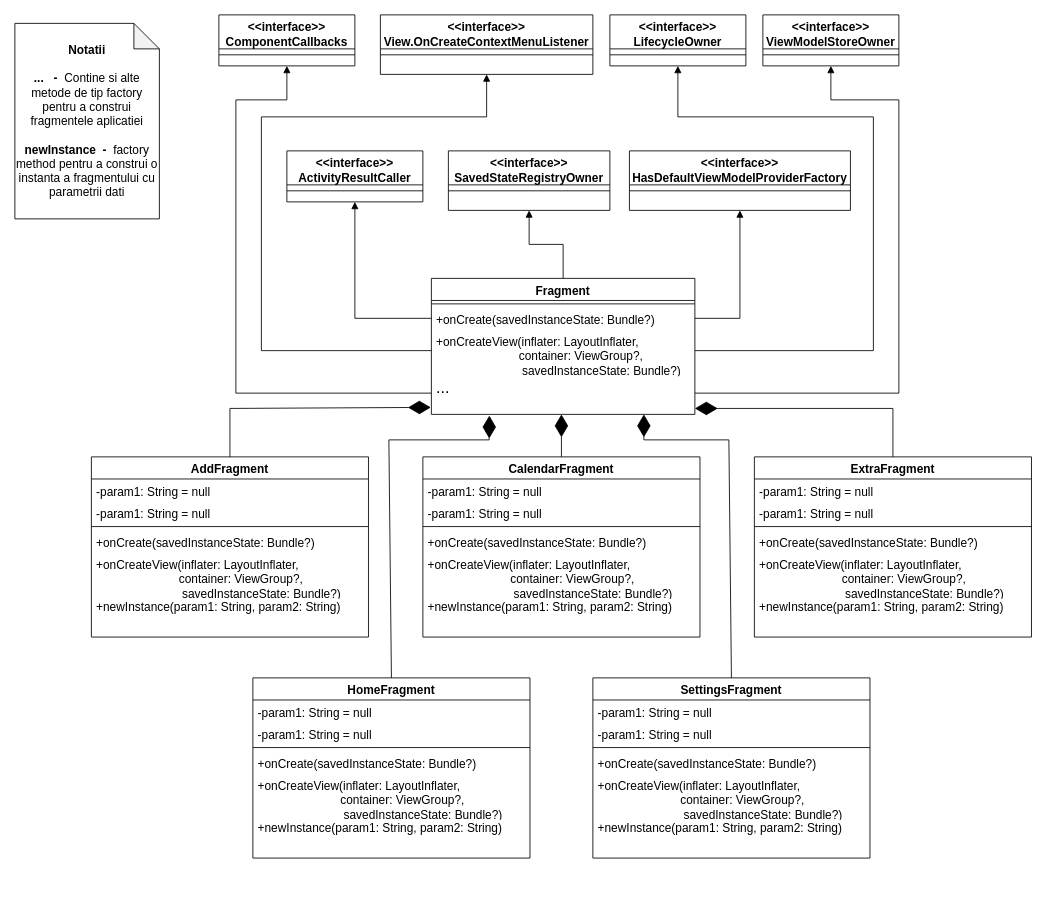
The draw.io diagram class_diagram/classDiagram.drawio in DiaconuAndr3i/ASSMS-Project, before the edit. Source tidied: cells renumbered, new cells numbered last; positions are measured from the earlier drawing's top-left corner, leaving out a move shared by most shapes. Both pictures are drawn from the tidied source at 85%, with x=0, y=0 at pixel (14, 14).
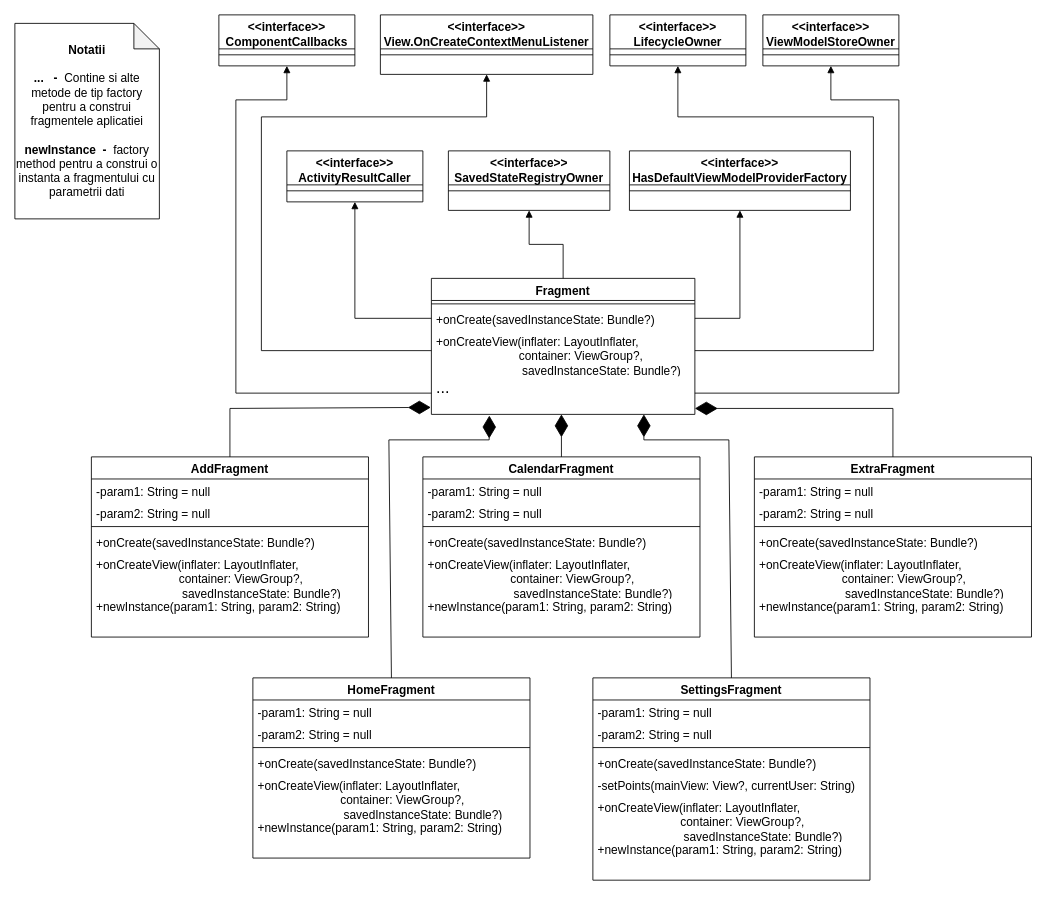
The same page after the edit.

The change refers to these unchanged cells:
```xml
<mxCell id="21" value="AddFragment" style="swimlane;fontStyle=1;align=center;verticalAlign=top;horizontal=1;startSize=26;rounded=0;shadow=0;strokeWidth=1;fontSize=14;" parent="1" vertex="1">
  <mxGeometry x="90" y="520" width="326" height="212" as="geometry" />
</mxCell>
<mxCell id="28" value="CalendarFragment " style="swimlane;fontStyle=1;align=center;verticalAlign=top;horizontal=1;startSize=26;rounded=0;shadow=0;strokeWidth=1;fontSize=14;" parent="1" vertex="1">
  <mxGeometry x="480" y="520" width="326" height="212" as="geometry" />
</mxCell>
<mxCell id="35" value="ExtraFragment " style="swimlane;fontStyle=1;align=center;verticalAlign=top;horizontal=1;startSize=26;rounded=0;shadow=0;strokeWidth=1;fontSize=14;" parent="1" vertex="1">
  <mxGeometry x="870" y="520" width="326" height="212" as="geometry" />
</mxCell>
<mxCell id="42" value="HomeFragment " style="swimlane;fontStyle=1;align=center;verticalAlign=top;horizontal=1;startSize=26;rounded=0;shadow=0;strokeWidth=1;fontSize=14;" parent="1" vertex="1">
  <mxGeometry x="280" y="780" width="326" height="212" as="geometry" />
</mxCell>
```

Change to the diagram source:
```diff
@@
-    <mxCell id="23" value="-param1: String = null" style="text;align=left;verticalAlign=top;spacingLeft=4;spacingRight=4;overflow=hidden;rounded=0;shadow=0;html=0;fontSize=14;" parent="21" vertex="1">
+    <mxCell id="23" value="-param2: String = null" style="text;align=left;verticalAlign=top;spacingLeft=4;spacingRight=4;overflow=hidden;rounded=0;shadow=0;html=0;fontSize=14;" parent="21" vertex="1">
       <mxGeometry y="52" width="326" height="26" as="geometry" />
     </mxCell>
@@
-    <mxCell id="30" value="-param1: String = null" style="text;align=left;verticalAlign=top;spacingLeft=4;spacingRight=4;overflow=hidden;rounded=0;shadow=0;html=0;fontSize=14;" parent="28" vertex="1">
+    <mxCell id="30" value="-param2: String = null" style="text;align=left;verticalAlign=top;spacingLeft=4;spacingRight=4;overflow=hidden;rounded=0;shadow=0;html=0;fontSize=14;" parent="28" vertex="1">
       <mxGeometry y="52" width="326" height="26" as="geometry" />
     </mxCell>
@@
-    <mxCell id="37" value="-param1: String = null" style="text;align=left;verticalAlign=top;spacingLeft=4;spacingRight=4;overflow=hidden;rounded=0;shadow=0;html=0;fontSize=14;" parent="35" vertex="1">
+    <mxCell id="37" value="-param2: String = null" style="text;align=left;verticalAlign=top;spacingLeft=4;spacingRight=4;overflow=hidden;rounded=0;shadow=0;html=0;fontSize=14;" parent="35" vertex="1">
       <mxGeometry y="52" width="326" height="26" as="geometry" />
     </mxCell>
@@
-    <mxCell id="44" value="-param1: String = null" style="text;align=left;verticalAlign=top;spacingLeft=4;spacingRight=4;overflow=hidden;rounded=0;shadow=0;html=0;fontSize=14;" parent="42" vertex="1">
+    <mxCell id="44" value="-param2: String = null" style="text;align=left;verticalAlign=top;spacingLeft=4;spacingRight=4;overflow=hidden;rounded=0;shadow=0;html=0;fontSize=14;" parent="42" vertex="1">
       <mxGeometry y="52" width="326" height="26" as="geometry" />
     </mxCell>
@@
     <mxCell id="49" value="SettingsFragment " style="swimlane;fontStyle=1;align=center;verticalAlign=top;horizontal=1;startSize=26;rounded=0;shadow=0;strokeWidth=1;fontSize=14;" parent="1" vertex="1">
-      <mxGeometry x="680" y="780" width="326" height="212" as="geometry" />
+      <mxGeometry x="680" y="780" width="326" height="238" as="geometry" />
     </mxCell>
@@
-    <mxCell id="51" value="-param1: String = null" style="text;align=left;verticalAlign=top;spacingLeft=4;spacingRight=4;overflow=hidden;rounded=0;shadow=0;html=0;fontSize=14;" parent="49" vertex="1">
+    <mxCell id="51" value="-param2: String = null" style="text;align=left;verticalAlign=top;spacingLeft=4;spacingRight=4;overflow=hidden;rounded=0;shadow=0;html=0;fontSize=14;" parent="49" vertex="1">
       <mxGeometry y="52" width="326" height="26" as="geometry" />
     </mxCell>
@@
+    <mxCell id="69" value="-setPoints(mainView: View?, currentUser: String)" style="text;align=left;verticalAlign=top;spacingLeft=4;spacingRight=4;overflow=hidden;fontStyle=0;fontSize=14;" parent="49" vertex="1">
+      <mxGeometry y="112" width="326" height="26" as="geometry" />
+    </mxCell>
     <mxCell id="54" value="+onCreateView(inflater: LayoutInflater, &#10;                          container: ViewGroup?,&#10;                          savedInstanceState: Bundle?)" style="text;align=left;verticalAlign=top;spacingLeft=4;spacingRight=4;overflow=hidden;fontSize=14;" parent="49" vertex="1">
-      <mxGeometry y="112" width="326" height="50" as="geometry" />
+      <mxGeometry y="138" width="326" height="50" as="geometry" />
     </mxCell>
     <mxCell id="55" value="+newInstance(param1: String, param2: String)" style="text;align=left;verticalAlign=top;spacingLeft=4;spacingRight=4;overflow=hidden;fontSize=14;" parent="49" vertex="1">
-      <mxGeometry y="162" width="326" height="50" as="geometry" />
+      <mxGeometry y="188" width="326" height="50" as="geometry" />
     </mxCell>
```
